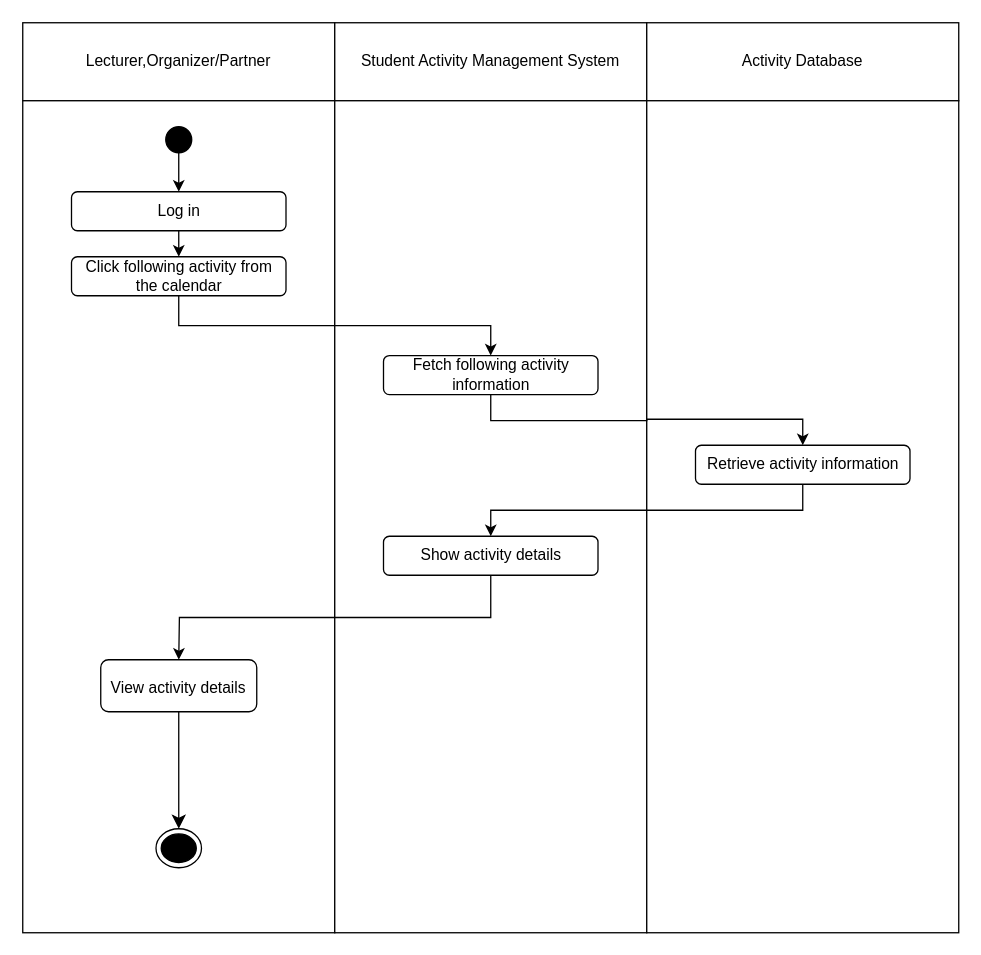
Before: activity diagram/UC018 act_diagram.drawio in wei2030/year2_project, a draw.io diagram. Source tidied: cells renumbered, new cells numbered last; positions are measured from the earlier drawing's top-left corner, leaving out a move shared by most shapes. Both pictures are drawn from the tidied source at 130%, with x=0, y=0 at pixel (22, 22).
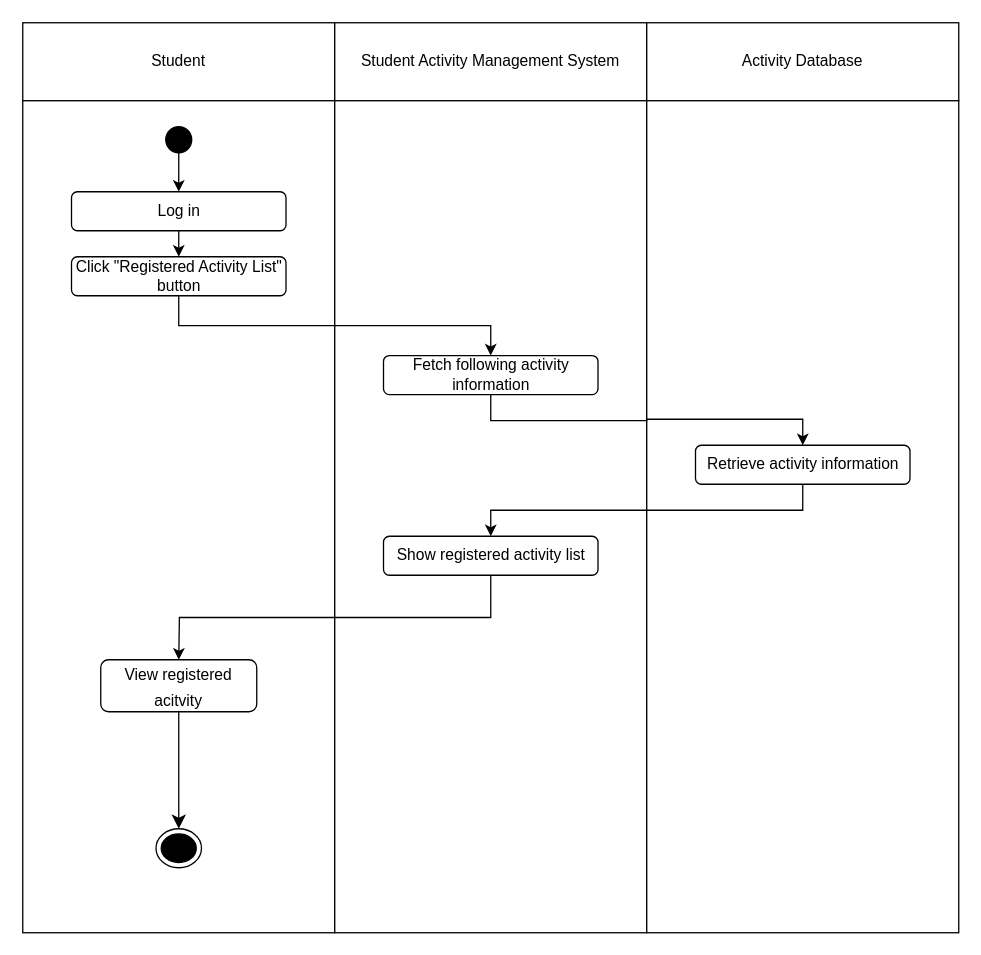
The same diagram, later.

The edit, as a diff of the source:
```diff
@@
-    <mxCell id="2" value="Lecturer,Organizer/Partner" style="html=1;whiteSpace=wrap;" parent="1" vertex="1">
+    <mxCell id="2" value="Student" style="html=1;whiteSpace=wrap;" parent="1" vertex="1">
       <mxGeometry width="240" height="60" as="geometry" />
     </mxCell>
@@
-    <mxCell id="13" value="Click following activity from the calendar" style="rounded=1;whiteSpace=wrap;html=1;" parent="1" vertex="1">
+    <mxCell id="13" value="Click &quot;Registered Activity List&quot; button" style="rounded=1;whiteSpace=wrap;html=1;" parent="1" vertex="1">
       <mxGeometry x="37.5" y="180" width="165" height="30" as="geometry" />
     </mxCell>
@@
-    <mxCell id="19" value="Show activity details" style="rounded=1;whiteSpace=wrap;html=1;" parent="1" vertex="1">
+    <mxCell id="19" value="Show registered activity list" style="rounded=1;whiteSpace=wrap;html=1;" parent="1" vertex="1">
       <mxGeometry x="277.5" y="395" width="165" height="30" as="geometry" />
     </mxCell>
@@
-    <mxCell id="22" value="&lt;font style=&quot;font-size: 12px;&quot;&gt;View activity details&lt;/font&gt;" style="rounded=1;whiteSpace=wrap;html=1;fontSize=16;" parent="1" vertex="1">
+    <mxCell id="22" value="&lt;span style=&quot;font-size: 12px;&quot;&gt;View registered acitvity&lt;/span&gt;" style="rounded=1;whiteSpace=wrap;html=1;fontSize=16;" parent="1" vertex="1">
       <mxGeometry x="60" y="490" width="120" height="40" as="geometry" />
     </mxCell>
```
